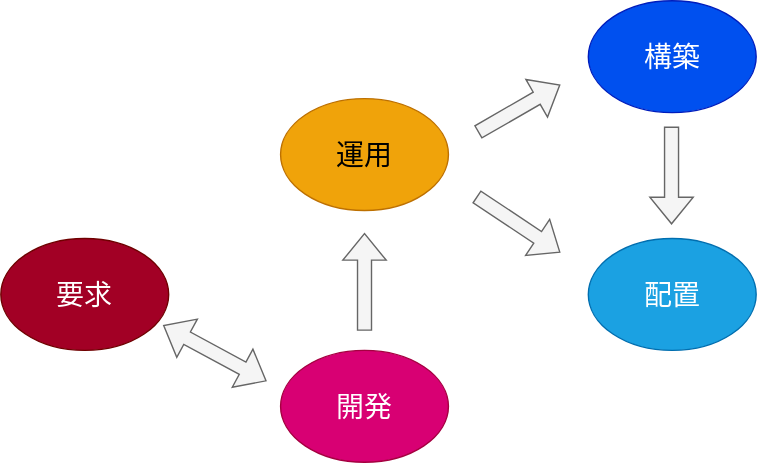
The draw.io diagram docs/images/life_cycle.drawio.svg in k2works/case-study-mrs, before a commit. Source tidied: cells renumbered, new cells last; positions are measured from the earlier drawing's top-left corner, leaving out a move shared by most shapes.
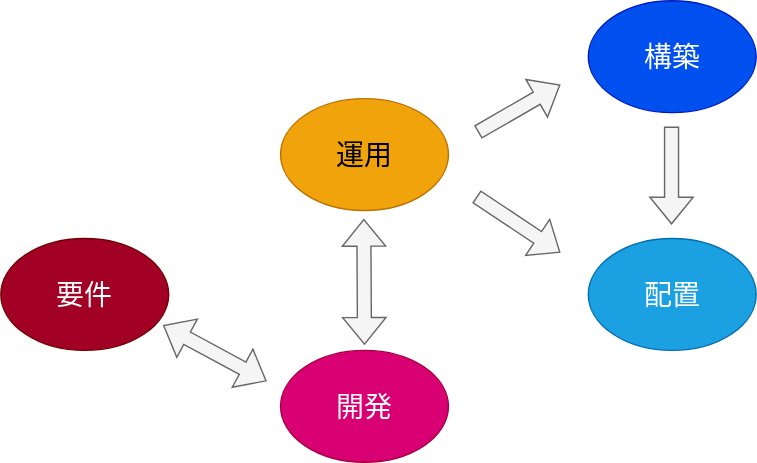
Above is the later version.

The edit, as a diff of the source:
```diff
@@ -11,7 +11,7 @@
     <mxCell id="4" value="構築" style="ellipse;whiteSpace=wrap;html=1;fontSize=20;fillColor=#0050ef;fontColor=#ffffff;strokeColor=#001DBC;" parent="1" vertex="1">
       <mxGeometry x="420" width="120" height="80" as="geometry" />
     </mxCell>
-    <mxCell id="5" value="要求" style="ellipse;whiteSpace=wrap;html=1;fontSize=20;fillColor=#a20025;fontColor=#ffffff;strokeColor=#6F0000;" parent="1" vertex="1">
+    <mxCell id="5" value="要件" style="ellipse;whiteSpace=wrap;html=1;fontSize=20;fillColor=#a20025;fontColor=#ffffff;strokeColor=#6F0000;" parent="1" vertex="1">
       <mxGeometry y="170" width="120" height="80" as="geometry" />
     </mxCell>
     <mxCell id="6" style="shape=flexArrow;endArrow=classic;html=1;rounded=0;fillColor=#f5f5f5;strokeColor=#666666;" parent="1" edge="1">
@@ -20,12 +20,6 @@
         <mxPoint x="400" y="180" as="targetPoint" />
       </mxGeometry>
     </mxCell>
-    <mxCell id="7" style="shape=flexArrow;endArrow=classic;html=1;rounded=0;fillColor=#f5f5f5;strokeColor=#666666;" parent="1" edge="1">
-      <mxGeometry relative="1" as="geometry">
-        <mxPoint x="260" y="236" as="sourcePoint" />
-        <mxPoint x="260" y="166" as="targetPoint" />
-      </mxGeometry>
-    </mxCell>
     <mxCell id="8" style="shape=flexArrow;endArrow=classic;startArrow=classic;html=1;rounded=0;fillColor=#f5f5f5;strokeColor=#666666;" parent="1" edge="1">
       <mxGeometry relative="1" as="geometry">
         <mxPoint x="190" y="272" as="sourcePoint" />
@@ -47,5 +41,11 @@
         <mxPoint x="400" y="60" as="targetPoint" />
       </mxGeometry>
     </mxCell>
+    <mxCell id="12" style="shape=flexArrow;endArrow=classic;startArrow=classic;html=1;rounded=0;fillColor=#f5f5f5;strokeColor=#666666;" parent="1" edge="1">
+      <mxGeometry relative="1" as="geometry">
+        <mxPoint x="260" y="246" as="sourcePoint" />
+        <mxPoint x="259.5" y="156" as="targetPoint" />
+      </mxGeometry>
+    </mxCell>
   </root>
 </mxGraphModel>
```
